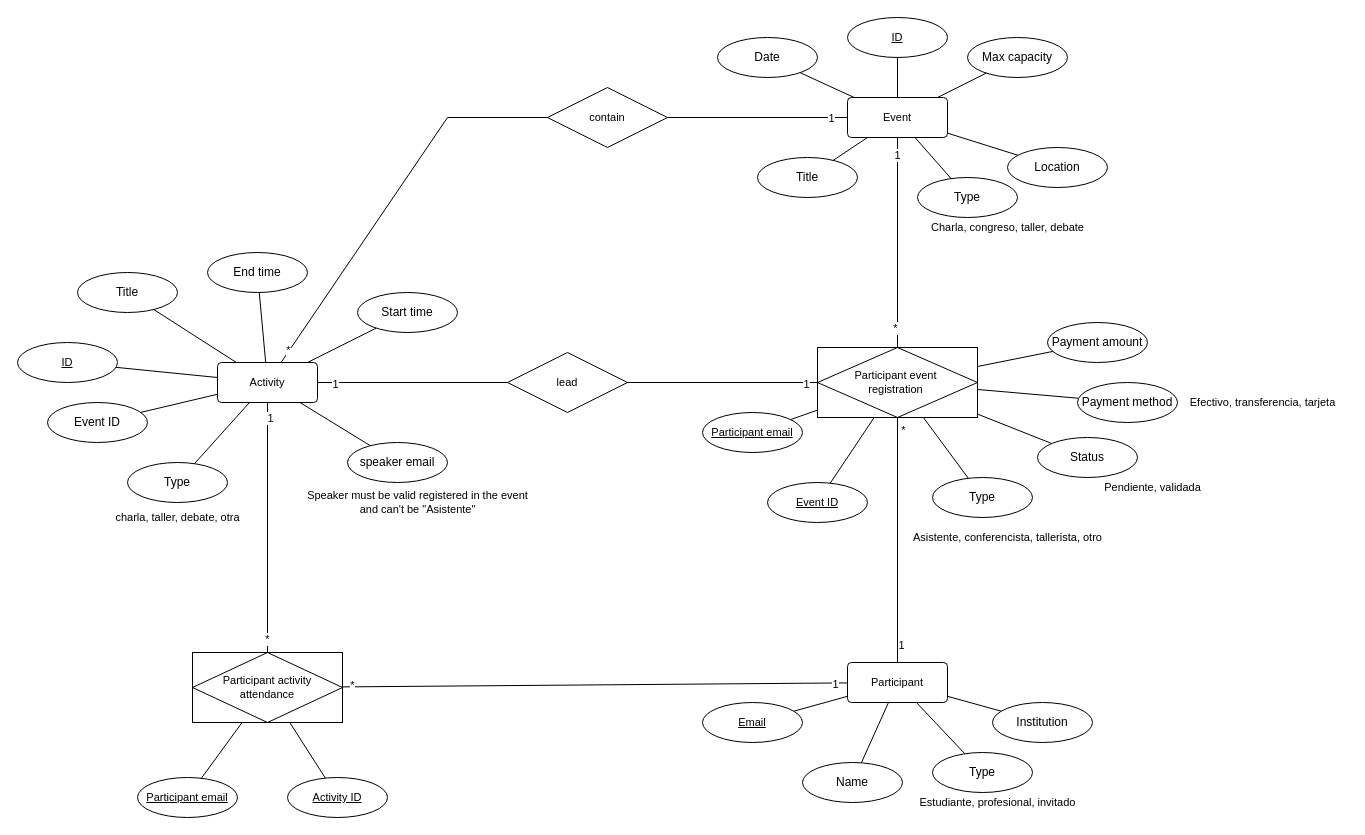
Earlier version of the draw.io diagram docs/HyruleEvents.drawio (Emahch/Practica-1-IPC2-2025). Source tidied: cells renumbered, new cells numbered last; positions are measured from the earlier drawing's top-left corner, leaving out a move shared by most shapes. Both pictures are drawn from the tidied source at 100%, with x=0, y=0 at pixel (17, 17).
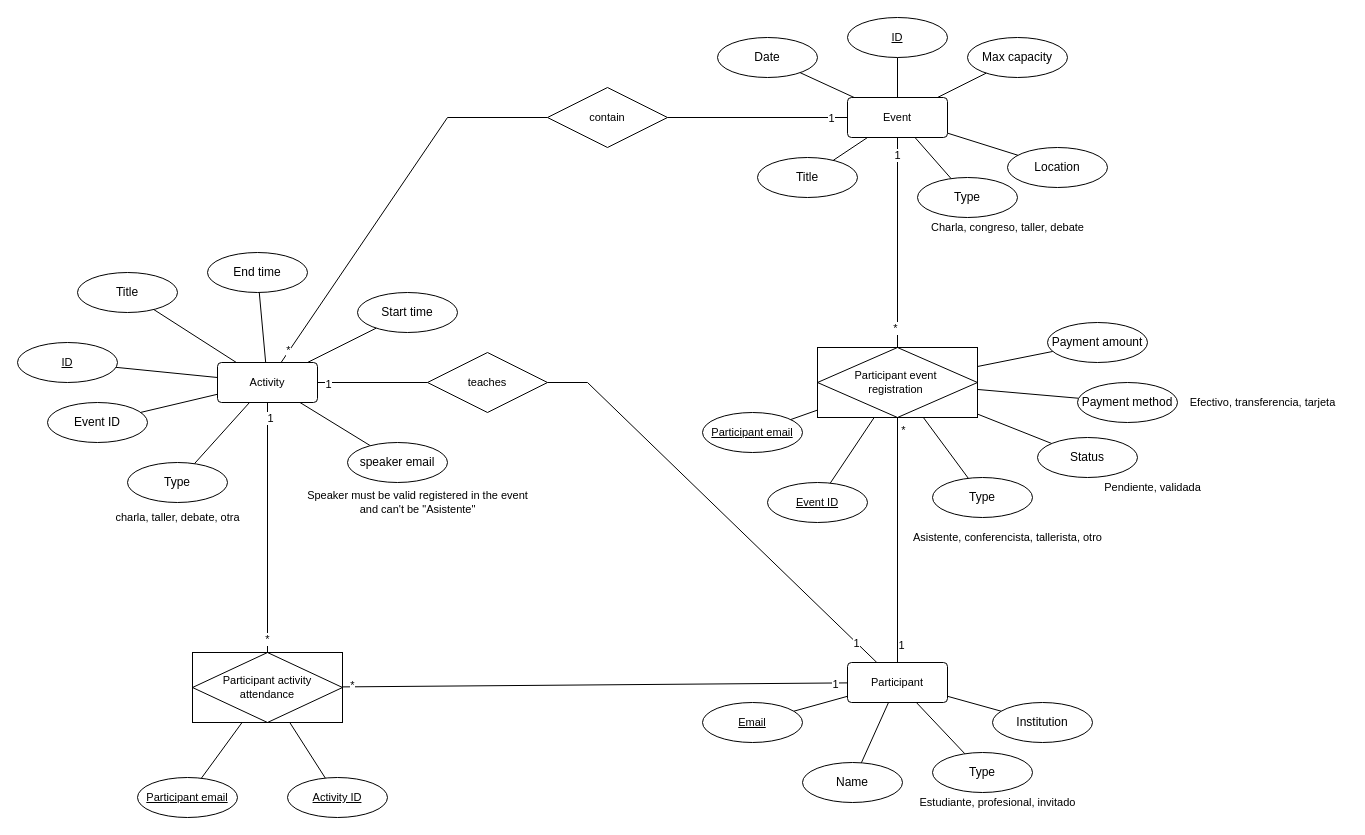
The same diagram, later.

Unchanged cells that the change refers to:
```xml
<mxCell id="21" value="Participant" style="rounded=1;arcSize=10;whiteSpace=wrap;html=1;align=center;fontFamily=Helvetica;fontSize=11;fontColor=default;labelBackgroundColor=default;" parent="1" vertex="1">
  <mxGeometry x="830" y="645" width="100" height="40" as="geometry" />
</mxCell>
<mxCell id="39" value="Participant event&amp;nbsp;&lt;div&gt;registration&amp;nbsp;&lt;/div&gt;" style="shape=associativeEntity;whiteSpace=wrap;html=1;align=center;fontFamily=Helvetica;fontSize=11;fontColor=default;labelBackgroundColor=default;" parent="1" vertex="1">
  <mxGeometry x="800" y="330" width="160" height="70" as="geometry" />
</mxCell>
```

The edit, as a diff of the source:
```diff
@@
-    <mxCell id="81" style="edgeStyle=none;shape=connector;rounded=0;jettySize=auto;html=1;strokeColor=default;align=center;verticalAlign=middle;fontFamily=Helvetica;fontSize=11;fontColor=default;labelBackgroundColor=default;endArrow=none;endFill=0;" parent="1" edge="1" source="85" target="39">
-      <mxGeometry relative="1" as="geometry" />
+    <mxCell id="81" style="edgeStyle=none;shape=connector;rounded=0;jettySize=auto;html=1;strokeColor=default;align=center;verticalAlign=middle;fontFamily=Helvetica;fontSize=11;fontColor=default;labelBackgroundColor=default;endArrow=none;endFill=0;" parent="1" edge="1" source="85" target="21">
+      <mxGeometry relative="1" as="geometry">
+        <Array as="points">
+          <mxPoint x="570" y="365" />
+        </Array>
+      </mxGeometry>
     </mxCell>
@@
-    <mxCell id="85" value="lead" style="shape=rhombus;perimeter=rhombusPerimeter;whiteSpace=wrap;html=1;align=center;fontFamily=Helvetica;fontSize=11;fontColor=default;labelBackgroundColor=default;" parent="1" vertex="1">
-      <mxGeometry x="490" y="335" width="120" height="60" as="geometry" />
+    <mxCell id="85" value="teaches" style="shape=rhombus;perimeter=rhombusPerimeter;whiteSpace=wrap;html=1;align=center;fontFamily=Helvetica;fontSize=11;fontColor=default;labelBackgroundColor=default;" parent="1" vertex="1">
+      <mxGeometry x="410" y="335" width="120" height="60" as="geometry" />
     </mxCell>
```
